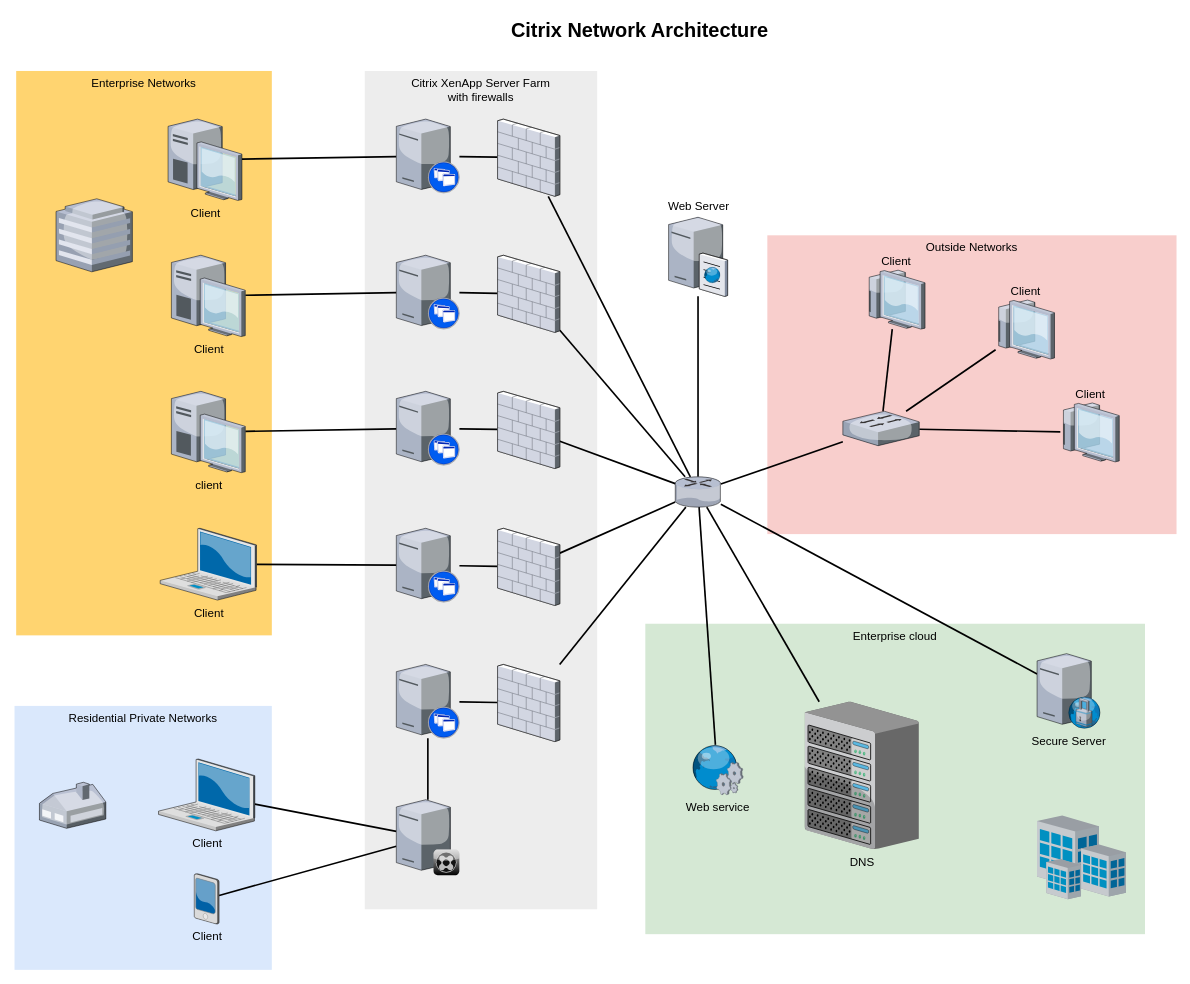
Earlier version of the draw.io diagram Untitled Diagram.drawio (SincerelyUnique/draw). Source tidied: cells renumbered, new cells numbered last; positions are measured from the earlier drawing's top-left corner, leaving out a move shared by most shapes. Both pictures are drawn from the tidied source at 83%, with x=0, y=0 at pixel (14, 14).
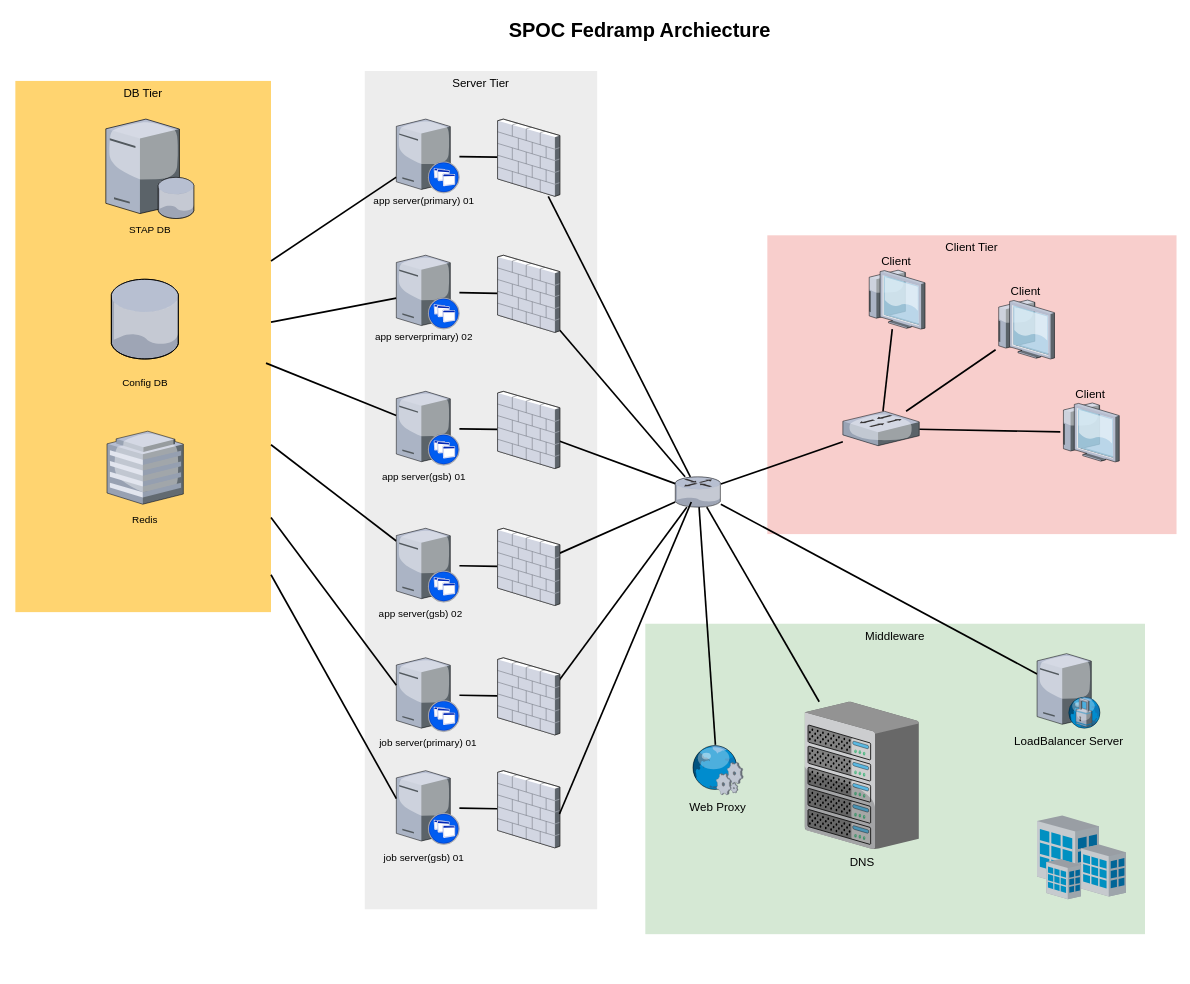
The same page after the edit.

The change refers to these unchanged cells:
```xml
<mxCell id="22" style="verticalLabelPosition=bottom;html=1;verticalAlign=top;strokeColor=none;shape=mxgraph.citrix.xenapp_server;fillColor=#66B2FF;gradientColor=#0066CC;fontSize=14;" parent="1" vertex="1">
  <mxGeometry x="460" y="619" width="76" height="89" as="geometry" />
</mxCell>
<mxCell id="24" style="verticalLabelPosition=bottom;html=1;verticalAlign=top;strokeColor=none;shape=mxgraph.citrix.xenapp_server;fillColor=#66B2FF;gradientColor=#0066CC;fontSize=14;" parent="1" vertex="1">
  <mxGeometry x="460" y="454" width="76" height="89" as="geometry" />
</mxCell>
<mxCell id="26" style="verticalLabelPosition=bottom;html=1;verticalAlign=top;strokeColor=none;shape=mxgraph.citrix.xenapp_server;fillColor=#66B2FF;gradientColor=#0066CC;fontSize=14;" parent="1" vertex="1">
  <mxGeometry x="460" y="290" width="76" height="89" as="geometry" />
</mxCell>
<mxCell id="28" style="verticalLabelPosition=bottom;html=1;verticalAlign=top;strokeColor=none;shape=mxgraph.citrix.xenapp_server;fillColor=#66B2FF;gradientColor=#0066CC;fontSize=14;" parent="1" vertex="1">
  <mxGeometry x="460" y="126" width="76" height="89" as="geometry" />
</mxCell>
<mxCell id="33" style="verticalLabelPosition=bottom;html=1;verticalAlign=top;strokeColor=none;shape=mxgraph.citrix.router;fillColor=#66B2FF;gradientColor=#0066CC;fontSize=14;" parent="1" vertex="1">
  <mxGeometry x="796" y="557" width="55" height="36.5" as="geometry" />
</mxCell>
```

Change to the diagram source:
```diff
@@
-    <mxCell id="2" value="Outside Networks" style="whiteSpace=wrap;html=1;fillColor=#f8cecc;fontSize=14;strokeColor=none;verticalAlign=top;" parent="1" vertex="1">
+    <mxCell id="2" value="Client Tier" style="whiteSpace=wrap;html=1;fillColor=#f8cecc;fontSize=14;strokeColor=none;verticalAlign=top;" parent="1" vertex="1">
       <mxGeometry x="907" y="266" width="493" height="360" as="geometry" />
     </mxCell>
-    <mxCell id="3" value="Enterprise cloud" style="whiteSpace=wrap;html=1;fillColor=#d5e8d4;fontSize=14;strokeColor=none;verticalAlign=top;" parent="1" vertex="1">
+    <mxCell id="3" value="Middleware" style="whiteSpace=wrap;html=1;fillColor=#d5e8d4;fontSize=14;strokeColor=none;verticalAlign=top;" parent="1" vertex="1">
       <mxGeometry x="760" y="734" width="602" height="374" as="geometry" />
     </mxCell>
-    <mxCell id="4" value="Citrix XenApp Server Farm&lt;div&gt;with firewalls&lt;/div&gt;" style="whiteSpace=wrap;html=1;fillColor=#EDEDED;fontSize=14;strokeColor=none;verticalAlign=top;" parent="1" vertex="1">
+    <mxCell id="4" value="Server Tier" style="whiteSpace=wrap;html=1;fillColor=#EDEDED;fontSize=14;strokeColor=none;verticalAlign=top;" parent="1" vertex="1">
       <mxGeometry x="422" y="68" width="280" height="1010" as="geometry" />
     </mxCell>
-    <mxCell id="5" value="Residential Private Networks" style="whiteSpace=wrap;html=1;fillColor=#dae8fc;fontSize=14;strokeColor=none;verticalAlign=top;" parent="1" vertex="1">
-      <mxGeometry y="833" width="310" height="318" as="geometry" />
-    </mxCell>
-    <mxCell id="6" value="Enterprise Networks" style="whiteSpace=wrap;html=1;fillColor=#FFD470;gradientColor=none;fontSize=14;strokeColor=none;verticalAlign=top;" parent="1" vertex="1">
-      <mxGeometry x="2" y="68" width="308" height="680" as="geometry" />
+    <mxCell id="6" value="DB Tier" style="whiteSpace=wrap;html=1;fillColor=#FFD470;gradientColor=none;fontSize=14;strokeColor=none;verticalAlign=top;" parent="1" vertex="1">
+      <mxGeometry x="1" y="80" width="308" height="640" as="geometry" />
     </mxCell>
-    <mxCell id="7" style="edgeStyle=none;rounded=0;html=1;startSize=10;endSize=10;jettySize=auto;fontSize=14;endArrow=none;endFill=0;strokeWidth=2;" parent="1" edge="1" source="8" target="35">
-      <mxGeometry relative="1" as="geometry" />
-    </mxCell>
-    <mxCell id="8" value="Client" style="verticalLabelPosition=bottom;html=1;verticalAlign=top;strokeColor=none;shape=mxgraph.citrix.laptop_2;fillColor=#66B2FF;gradientColor=#0066CC;fontSize=14;" parent="1" vertex="1">
-      <mxGeometry x="173.5" y="897" width="116" height="86.5" as="geometry" />
-    </mxCell>
-    <mxCell id="9" style="edgeStyle=none;rounded=0;html=1;startSize=10;endSize=10;jettySize=auto;fontSize=14;endArrow=none;endFill=0;strokeWidth=2;" parent="1" edge="1" source="10" target="22">
+    <mxCell id="9" style="edgeStyle=none;rounded=0;html=1;startSize=10;endSize=10;jettySize=auto;fontSize=14;endArrow=none;endFill=0;strokeWidth=2;" parent="1" edge="1" source="6" target="22">
       <mxGeometry relative="1" as="geometry" />
     </mxCell>
-    <mxCell id="10" value="Client" style="verticalLabelPosition=bottom;html=1;verticalAlign=top;strokeColor=none;shape=mxgraph.citrix.laptop_2;fillColor=#66B2FF;gradientColor=#0066CC;fontSize=14;" parent="1" vertex="1">
-      <mxGeometry x="175.5" y="619" width="116" height="86.5" as="geometry" />
-    </mxCell>
-    <mxCell id="11" style="edgeStyle=none;rounded=0;html=1;startSize=10;endSize=10;jettySize=auto;fontSize=14;endArrow=none;endFill=0;strokeWidth=2;" parent="1" edge="1" source="12" target="24">
-      <mxGeometry relative="1" as="geometry" />
+    <mxCell id="11" style="edgeStyle=none;rounded=0;html=1;startSize=10;endSize=10;jettySize=auto;fontSize=14;endArrow=none;endFill=0;strokeWidth=2;" parent="1" edge="1" target="24">
+      <mxGeometry relative="1" as="geometry">
+        <mxPoint x="303" y="420" as="sourcePoint" />
+      </mxGeometry>
     </mxCell>
-    <mxCell id="12" value="client" style="verticalLabelPosition=bottom;html=1;verticalAlign=top;strokeColor=none;shape=mxgraph.citrix.desktop;fillColor=#66B2FF;gradientColor=#0066CC;fontSize=14;" parent="1" vertex="1">
-      <mxGeometry x="189" y="454" width="89" height="98" as="geometry" />
-    </mxCell>
-    <mxCell id="13" style="edgeStyle=none;rounded=0;html=1;startSize=10;endSize=10;jettySize=auto;fontSize=14;endArrow=none;endFill=0;strokeWidth=2;" parent="1" edge="1" source="14" target="26">
+    <mxCell id="13" style="edgeStyle=none;rounded=0;html=1;startSize=10;endSize=10;jettySize=auto;fontSize=14;endArrow=none;endFill=0;strokeWidth=2;" parent="1" edge="1" source="6" target="26">
       <mxGeometry relative="1" as="geometry" />
     </mxCell>
-    <mxCell id="14" value="Client" style="verticalLabelPosition=bottom;html=1;verticalAlign=top;strokeColor=none;shape=mxgraph.citrix.desktop;fillColor=#66B2FF;gradientColor=#0066CC;fontSize=14;" parent="1" vertex="1">
-      <mxGeometry x="189" y="290" width="89" height="98" as="geometry" />
-    </mxCell>
-    <mxCell id="15" style="edgeStyle=none;rounded=0;html=1;startSize=10;endSize=10;jettySize=auto;fontSize=14;endArrow=none;endFill=0;strokeWidth=2;" parent="1" edge="1" source="16" target="28">
+    <mxCell id="15" style="edgeStyle=none;rounded=0;html=1;startSize=10;endSize=10;jettySize=auto;fontSize=14;endArrow=none;endFill=0;strokeWidth=2;" parent="1" edge="1" source="6" target="28">
       <mxGeometry relative="1" as="geometry" />
     </mxCell>
-    <mxCell id="16" value="Client" style="verticalLabelPosition=bottom;html=1;verticalAlign=top;strokeColor=none;shape=mxgraph.citrix.desktop;fillColor=#66B2FF;gradientColor=#0066CC;fontSize=14;" parent="1" vertex="1">
-      <mxGeometry x="185" y="126" width="89" height="98" as="geometry" />
-    </mxCell>
-    <mxCell id="17" style="edgeStyle=none;rounded=0;html=1;startSize=10;endSize=10;jettySize=auto;fontSize=14;endArrow=none;endFill=0;strokeWidth=2;" parent="1" edge="1" source="18" target="35">
-      <mxGeometry relative="1" as="geometry" />
-    </mxCell>
-    <mxCell id="18" value="Client" style="verticalLabelPosition=bottom;html=1;verticalAlign=top;strokeColor=none;shape=mxgraph.citrix.pda;fillColor=#66B2FF;gradientColor=#0066CC;fontSize=14;" parent="1" vertex="1">
-      <mxGeometry x="216.5" y="1035" width="30" height="61" as="geometry" />
-    </mxCell>
@@
     <mxCell id="20" style="verticalLabelPosition=bottom;html=1;verticalAlign=top;strokeColor=none;shape=mxgraph.citrix.xenapp_server;fillColor=#66B2FF;gradientColor=#0066CC;fontSize=14;" parent="1" vertex="1">
-      <mxGeometry x="460" y="783" width="76" height="89" as="geometry" />
+      <mxGeometry x="460" y="775" width="76" height="89" as="geometry" />
     </mxCell>
@@
-    <mxCell id="30" style="edgeStyle=none;rounded=0;html=1;startSize=10;endSize=10;jettySize=auto;fontSize=14;endArrow=none;endFill=0;strokeWidth=2;" parent="1" edge="1" source="33" target="36">
-      <mxGeometry relative="1" as="geometry" />
-    </mxCell>
@@
-    <mxCell id="34" style="edgeStyle=none;rounded=0;html=1;startSize=10;endSize=10;jettySize=auto;fontSize=14;endArrow=none;endFill=0;strokeWidth=2;" parent="1" edge="1" source="35" target="20">
-      <mxGeometry relative="1" as="geometry" />
-    </mxCell>
-    <mxCell id="35" style="verticalLabelPosition=bottom;html=1;verticalAlign=top;strokeColor=none;shape=mxgraph.citrix.xenclient_synchronizer;fillColor=#CCCCCC;gradientColor=#000000;gradientDirection=south;fontSize=14;" parent="1" vertex="1">
-      <mxGeometry x="460" y="946" width="76" height="91" as="geometry" />
-    </mxCell>
-    <mxCell id="36" value="Web Server" style="verticalLabelPosition=top;html=1;verticalAlign=bottom;strokeColor=none;shape=mxgraph.citrix.cache_server;fillColor=#66B2FF;gradientColor=#0066CC;fontSize=14;labelPosition=center;align=center;" parent="1" vertex="1">
-      <mxGeometry x="788" y="242" width="71" height="97.5" as="geometry" />
-    </mxCell>
@@
-    <mxCell id="46" style="edgeStyle=none;rounded=0;html=1;startSize=10;endSize=10;jettySize=auto;fontSize=14;endArrow=none;endFill=0;strokeWidth=2;" parent="1" edge="1" source="47" target="33">
+    <mxCell id="46" style="edgeStyle=none;rounded=0;html=1;startSize=10;endSize=10;jettySize=auto;fontSize=14;endArrow=none;endFill=0;strokeWidth=2;exitX=0.933;exitY=0.353;exitDx=0;exitDy=0;exitPerimeter=0;" parent="1" edge="1" source="47" target="33">
       <mxGeometry relative="1" as="geometry" />
     </mxCell>
     <mxCell id="47" style="verticalLabelPosition=bottom;html=1;verticalAlign=top;strokeColor=none;shape=mxgraph.citrix.firewall;fillColor=#66B2FF;gradientColor=#0066CC;fontSize=14;" parent="1" vertex="1">
-      <mxGeometry x="582" y="783" width="75" height="93" as="geometry" />
+      <mxGeometry x="582" y="775" width="75" height="93" as="geometry" />
     </mxCell>
-    <mxCell id="48" style="verticalLabelPosition=bottom;html=1;verticalAlign=top;strokeColor=none;shape=mxgraph.citrix.home_office;fillColor=#66B2FF;gradientColor=#0066CC;fontSize=14;" parent="1" vertex="1">
-      <mxGeometry x="30" y="925" width="80" height="55.5" as="geometry" />
-    </mxCell>
-    <mxCell id="49" style="verticalLabelPosition=bottom;html=1;verticalAlign=top;strokeColor=none;shape=mxgraph.citrix.hq_enterprise;fillColor=#66B2FF;gradientColor=#0066CC;fontSize=14;" parent="1" vertex="1">
-      <mxGeometry x="50" y="222" width="92" height="88" as="geometry" />
-    </mxCell>
-    <mxCell id="50" value="Secure Server" style="verticalLabelPosition=bottom;html=1;verticalAlign=top;strokeColor=none;shape=mxgraph.citrix.proxy_server;fillColor=#66B2FF;gradientColor=#0066CC;fontSize=14;" parent="1" vertex="1">
+    <mxCell id="50" value="LoadBalancer Server" style="verticalLabelPosition=bottom;html=1;verticalAlign=top;strokeColor=none;shape=mxgraph.citrix.proxy_server;fillColor=#66B2FF;gradientColor=#0066CC;fontSize=14;" parent="1" vertex="1">
       <mxGeometry x="1232" y="770" width="76.5" height="90" as="geometry" />
     </mxCell>
@@
-    <mxCell id="59" value="Web service" style="verticalLabelPosition=bottom;html=1;verticalAlign=top;strokeColor=none;shape=mxgraph.citrix.web_service;fillColor=#66B2FF;gradientColor=#0066CC;fontSize=14;" parent="1" vertex="1">
+    <mxCell id="59" value="Web Proxy" style="verticalLabelPosition=bottom;html=1;verticalAlign=top;strokeColor=none;shape=mxgraph.citrix.web_service;fillColor=#66B2FF;gradientColor=#0066CC;fontSize=14;" parent="1" vertex="1">
       <mxGeometry x="815" y="880" width="63" height="60" as="geometry" />
     </mxCell>
@@
-    <mxCell id="61" value="Citrix Network Architecture" style="text;strokeColor=none;fillColor=none;html=1;fontSize=24;fontStyle=1;verticalAlign=middle;align=center;" parent="1" vertex="1">
+    <mxCell id="61" value="SPOC Fedramp Archiecture" style="text;strokeColor=none;fillColor=none;html=1;fontSize=24;fontStyle=1;verticalAlign=middle;align=center;" parent="1" vertex="1">
       <mxGeometry x="322" width="861" height="40" as="geometry" />
     </mxCell>
+    <mxCell id="62" style="verticalLabelPosition=bottom;html=1;verticalAlign=top;strokeColor=none;align=center;shape=mxgraph.citrix.database_server;" parent="1" vertex="1">
+      <mxGeometry x="110" y="126" width="106.5" height="119.8" as="geometry" />
+    </mxCell>
+    <mxCell id="63" value="app serverprimary) 02" style="text;html=1;align=center;verticalAlign=middle;fillColor=none;strokeColor=none;rounded=0;" parent="1" vertex="1">
+      <mxGeometry x="428" y="379" width="130" height="20" as="geometry" />
+    </mxCell>
+    <mxCell id="64" value="app server(primary) 01" style="text;html=1;align=center;verticalAlign=middle;fillColor=none;strokeColor=none;rounded=0;" parent="1" vertex="1">
+      <mxGeometry x="423" y="215" width="140" height="20" as="geometry" />
+    </mxCell>
+    <mxCell id="65" value="app server(gsb) 01" style="text;html=1;align=center;verticalAlign=middle;fillColor=none;strokeColor=none;rounded=0;" parent="1" vertex="1">
+      <mxGeometry x="433" y="547" width="120" height="20" as="geometry" />
+    </mxCell>
+    <mxCell id="66" value="app server(gsb) 02" style="text;html=1;align=center;verticalAlign=middle;fillColor=none;strokeColor=none;rounded=0;" parent="1" vertex="1">
+      <mxGeometry x="429" y="712" width="120" height="20" as="geometry" />
+    </mxCell>
+    <mxCell id="67" style="edgeStyle=none;rounded=0;html=1;startSize=10;endSize=10;jettySize=auto;fontSize=14;endArrow=none;endFill=0;strokeWidth=2;" parent="1" edge="1" source="68" target="69">
+      <mxGeometry relative="1" as="geometry" />
+    </mxCell>
+    <mxCell id="68" style="verticalLabelPosition=bottom;html=1;verticalAlign=top;strokeColor=none;shape=mxgraph.citrix.xenapp_server;fillColor=#66B2FF;gradientColor=#0066CC;fontSize=14;" parent="1" vertex="1">
+      <mxGeometry x="460" y="911" width="76" height="89" as="geometry" />
+    </mxCell>
+    <mxCell id="69" style="verticalLabelPosition=bottom;html=1;verticalAlign=top;strokeColor=none;shape=mxgraph.citrix.firewall;fillColor=#66B2FF;gradientColor=#0066CC;fontSize=14;" parent="1" vertex="1">
+      <mxGeometry x="582" y="911" width="75" height="93" as="geometry" />
+    </mxCell>
+    <mxCell id="70" style="edgeStyle=none;rounded=0;html=1;startSize=10;endSize=10;jettySize=auto;fontSize=14;endArrow=none;endFill=0;strokeWidth=2;exitX=0.994;exitY=0.562;exitDx=0;exitDy=0;exitPerimeter=0;entryX=0.353;entryY=0.83;entryDx=0;entryDy=0;entryPerimeter=0;" parent="1" edge="1" source="69" target="33">
+      <mxGeometry relative="1" as="geometry" />
+    </mxCell>
+    <mxCell id="71" value="job server(primary) 01" style="text;html=1;align=center;verticalAlign=middle;fillColor=none;strokeColor=none;rounded=0;" parent="1" vertex="1">
+      <mxGeometry x="433" y="868" width="130" height="20" as="geometry" />
+    </mxCell>
+    <mxCell id="72" value="job server(gsb) 01" style="text;html=1;align=center;verticalAlign=middle;fillColor=none;strokeColor=none;rounded=0;" parent="1" vertex="1">
+      <mxGeometry x="438" y="1005.5" width="110" height="20" as="geometry" />
+    </mxCell>
+    <mxCell id="73" style="edgeStyle=none;rounded=0;html=1;startSize=10;endSize=10;jettySize=auto;fontSize=14;endArrow=none;endFill=0;strokeWidth=2;" parent="1" edge="1" source="6">
+      <mxGeometry relative="1" as="geometry">
+        <mxPoint x="460" y="808.2" as="targetPoint" />
+      </mxGeometry>
+    </mxCell>
+    <mxCell id="74" style="edgeStyle=none;rounded=0;html=1;startSize=10;endSize=10;jettySize=auto;fontSize=14;endArrow=none;endFill=0;strokeWidth=2;" parent="1" edge="1" source="6">
+      <mxGeometry relative="1" as="geometry">
+        <mxPoint x="460" y="944.6" as="targetPoint" />
+      </mxGeometry>
+    </mxCell>
+    <mxCell id="75" value="STAP DB" style="text;html=1;align=center;verticalAlign=middle;fillColor=none;strokeColor=none;rounded=0;" parent="1" vertex="1">
+      <mxGeometry x="128.2" y="250" width="70" height="20" as="geometry" />
+    </mxCell>
+    <mxCell id="76" style="verticalLabelPosition=bottom;html=1;verticalAlign=top;strokeColor=none;align=center;shape=mxgraph.citrix.database;" parent="1" vertex="1">
+      <mxGeometry x="116.6" y="319" width="81.6" height="96" as="geometry" />
+    </mxCell>
+    <mxCell id="77" value="Config DB" style="text;html=1;align=center;verticalAlign=middle;fillColor=none;strokeColor=none;rounded=0;" parent="1" vertex="1">
+      <mxGeometry x="122.4" y="434" width="70" height="20" as="geometry" />
+    </mxCell>
+    <mxCell id="78" style="verticalLabelPosition=bottom;html=1;verticalAlign=top;strokeColor=none;align=center;shape=mxgraph.citrix.hq_enterprise;" parent="1" vertex="1">
+      <mxGeometry x="111.4" y="502" width="92" height="88" as="geometry" />
+    </mxCell>
+    <mxCell id="79" value="Redis" style="text;html=1;align=center;verticalAlign=middle;fillColor=none;strokeColor=none;rounded=0;" parent="1" vertex="1">
+      <mxGeometry x="132.4" y="599" width="50" height="20" as="geometry" />
+    </mxCell>
```
